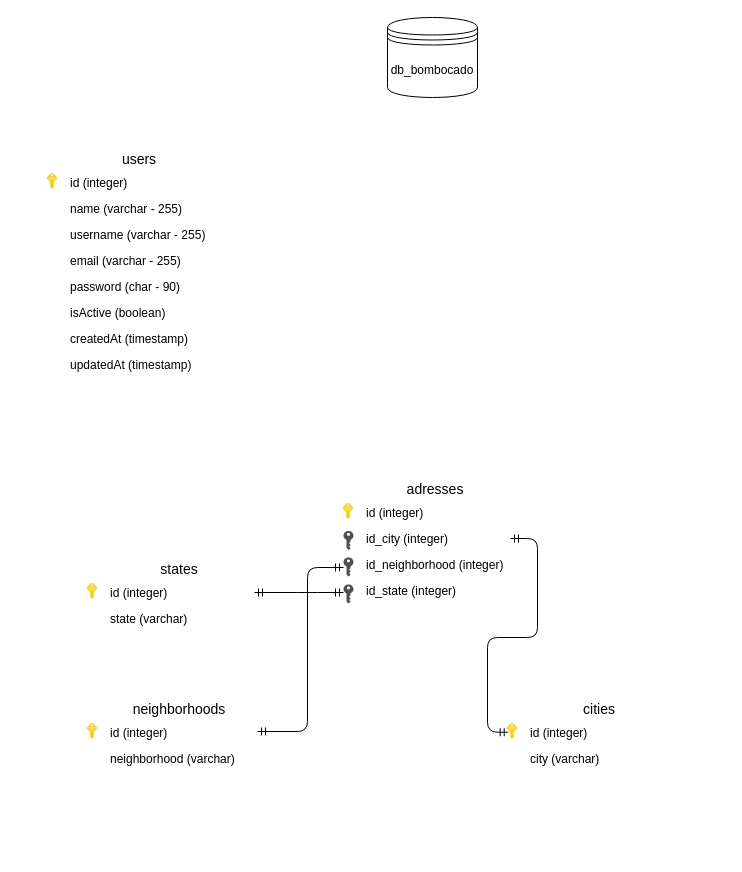
This is docs/Untitled Diagram.drawio from caioliveira277/backendApi, a draw.io file, before an edit. Source tidied: cells renumbered, new cells numbered last; positions are measured from the earlier drawing's top-left corner, leaving out a move shared by most shapes. Both pictures are drawn from the tidied source at 100%, with x=0, y=0 at pixel (47, 17).
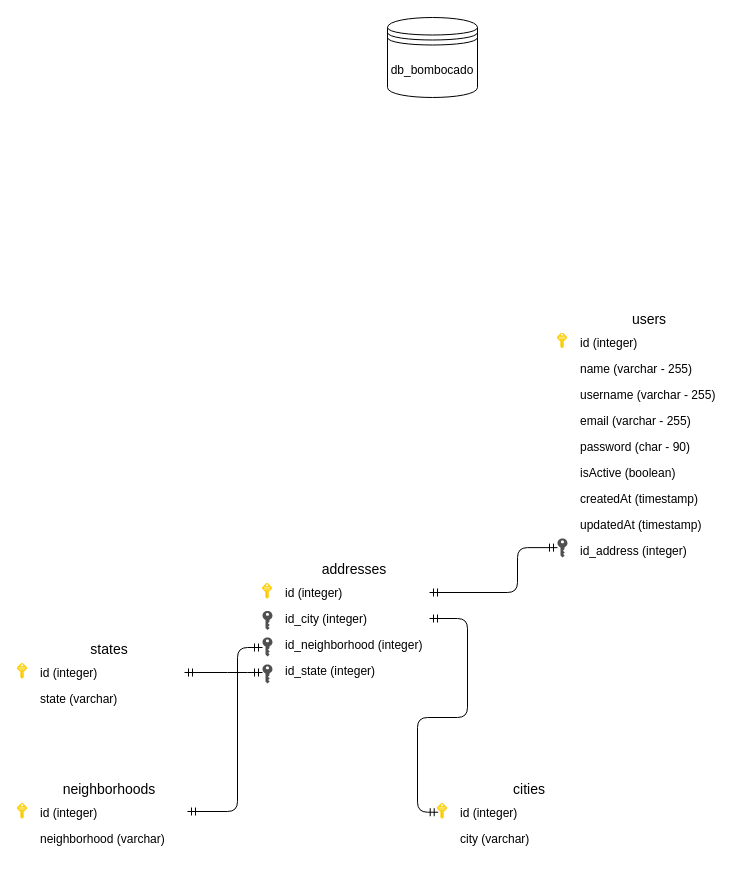
Above is the later version.

The change refers to these unchanged cells:
```xml
<mxCell id="22" value="id (integer)&#10; " style="text;spacingLeft=4;spacingRight=4;overflow=hidden;points=[[0,0.5],[1,0.5]];portConstraint=eastwest;fontSize=12;rounded=1;glass=0;shadow=0;comic=0;strokeColor=#FFFFFF;" parent="21" vertex="1">
  <mxGeometry y="22" width="150" height="26" as="geometry" />
</mxCell>
<mxCell id="26" value="id (integer)&#10; " style="text;spacingLeft=4;spacingRight=4;overflow=hidden;points=[[0,0.5],[1,0.5]];portConstraint=eastwest;fontSize=12;rounded=1;glass=0;shadow=0;comic=0;strokeColor=#FFFFFF;" parent="25" vertex="1">
  <mxGeometry y="22" width="150" height="26" as="geometry" />
</mxCell>
<mxCell id="27" value="id_city (integer)&#10;" style="text;spacingLeft=4;spacingRight=4;overflow=hidden;points=[[0,0.5],[1,0.5]];portConstraint=eastwest;fontSize=12;rounded=1;glass=0;shadow=0;comic=0;strokeColor=#FFFFFF;" parent="25" vertex="1">
  <mxGeometry y="48" width="150" height="26" as="geometry" />
</mxCell>
```

Diff of the diagram source:
```diff
@@
     <mxCell id="3" value="users" style="swimlane;fontStyle=0;horizontal=1;startSize=22;swimlaneFillColor=none;align=center;fontSize=14;rounded=0;shadow=0;glass=0;comic=0;labelBackgroundColor=none;strokeColor=#FFFFFF;" parent="1" vertex="1">
-      <mxGeometry x="17" y="130" width="150" height="230" as="geometry" />
+      <mxGeometry x="527" y="289.5" width="150" height="256" as="geometry" />
     </mxCell>
@@
+    <mxCell id="37" value="id_address (integer)&#10; " style="text;spacingLeft=4;spacingRight=4;overflow=hidden;fontSize=12;rounded=1;glass=0;shadow=0;comic=0;strokeColor=#FFFFFF;" parent="3" vertex="1">
+      <mxGeometry y="230" width="150" height="26" as="geometry" />
+    </mxCell>
     <mxCell id="12" style="html=1;align=center;image;fontSize=12;image=img/lib/mscae/Key.svg;rounded=0;shadow=0;glass=0;comic=0;labelBackgroundColor=none;strokeColor=#FFFFFF;fillColor=none;gradientColor=none;" parent="1" vertex="1">
-      <mxGeometry y="156" width="10" height="16" as="geometry" />
+      <mxGeometry x="510" y="315.5" width="10" height="16" as="geometry" />
     </mxCell>
     <mxCell id="13" value="cities" style="swimlane;fontStyle=0;horizontal=1;startSize=22;swimlaneFillColor=none;align=center;fontSize=14;rounded=0;shadow=0;glass=0;comic=0;labelBackgroundColor=none;strokeColor=#FFFFFF;" parent="1" vertex="1">
-      <mxGeometry x="477" y="680" width="150" height="74" as="geometry" />
+      <mxGeometry x="407" y="760" width="150" height="74" as="geometry" />
     </mxCell>
@@
     <mxCell id="16" style="html=1;points=[];align=center;image;fontSize=12;image=img/lib/mscae/Key.svg;rounded=0;shadow=0;glass=0;comic=0;labelBackgroundColor=none;strokeColor=#FFFFFF;fillColor=none;gradientColor=none;" parent="1" vertex="1">
-      <mxGeometry x="460" y="706" width="10" height="16" as="geometry" />
+      <mxGeometry x="390" y="786" width="10" height="16" as="geometry" />
     </mxCell>
     <mxCell id="17" value="neighborhoods" style="swimlane;fontStyle=0;horizontal=1;startSize=22;swimlaneFillColor=none;align=center;fontSize=14;rounded=0;shadow=0;glass=0;comic=0;labelBackgroundColor=none;strokeColor=#FFFFFF;" parent="1" vertex="1">
-      <mxGeometry x="57" y="680" width="150" height="74" as="geometry" />
+      <mxGeometry x="-13" y="760" width="150" height="74" as="geometry" />
     </mxCell>
@@
     <mxCell id="20" style="html=1;align=center;image;fontSize=12;image=img/lib/mscae/Key.svg;rounded=0;shadow=0;glass=0;comic=0;labelBackgroundColor=none;strokeColor=#FFFFFF;fillColor=none;gradientColor=none;" parent="1" vertex="1">
-      <mxGeometry x="40" y="706" width="10" height="16" as="geometry" />
+      <mxGeometry x="-30" y="786" width="10" height="16" as="geometry" />
     </mxCell>
     <mxCell id="21" value="states" style="swimlane;fontStyle=0;horizontal=1;startSize=22;swimlaneFillColor=none;align=center;fontSize=14;rounded=0;shadow=0;glass=0;comic=0;labelBackgroundColor=none;strokeColor=#FFFFFF;" parent="1" vertex="1">
-      <mxGeometry x="57" y="540" width="150" height="74" as="geometry" />
+      <mxGeometry x="-13" y="620" width="150" height="74" as="geometry" />
     </mxCell>
@@
     <mxCell id="24" style="html=1;align=center;image;fontSize=12;image=img/lib/mscae/Key.svg;rounded=0;shadow=0;glass=0;comic=0;labelBackgroundColor=none;strokeColor=#FFFFFF;fillColor=none;gradientColor=none;" parent="1" vertex="1">
-      <mxGeometry x="40" y="566" width="10" height="16" as="geometry" />
+      <mxGeometry x="-30" y="646" width="10" height="16" as="geometry" />
     </mxCell>
-    <mxCell id="25" value="adresses" style="swimlane;fontStyle=0;horizontal=1;startSize=22;swimlaneFillColor=none;align=center;fontSize=14;rounded=0;shadow=0;glass=0;comic=0;labelBackgroundColor=none;strokeColor=#FFFFFF;" parent="1" vertex="1">
-      <mxGeometry x="313" y="460" width="150" height="126" as="geometry" />
+    <mxCell id="25" value="addresses" style="swimlane;fontStyle=0;horizontal=1;startSize=22;swimlaneFillColor=none;align=center;fontSize=14;rounded=0;shadow=0;glass=0;comic=0;labelBackgroundColor=none;strokeColor=#FFFFFF;" parent="1" vertex="1">
+      <mxGeometry x="232" y="540" width="150" height="126" as="geometry" />
     </mxCell>
@@
     <mxCell id="30" style="html=1;align=center;image;fontSize=12;image=img/lib/mscae/Key.svg;rounded=0;shadow=0;glass=0;comic=0;labelBackgroundColor=none;strokeColor=#FFFFFF;fillColor=none;gradientColor=none;" parent="1" vertex="1">
-      <mxGeometry x="296" y="486" width="10" height="16" as="geometry" />
+      <mxGeometry x="215" y="566" width="10" height="16" as="geometry" />
     </mxCell>
     <mxCell id="31" style="shadow=0;dashed=0;html=1;strokeColor=none;fillColor=#505050;labelPosition=center;verticalLabelPosition=bottom;verticalAlign=top;align=center;shape=mxgraph.office.security.key_permissions;rounded=0;glass=0;comic=0;labelBackgroundColor=none;fontColor=#000000;" parent="1" vertex="1">
-      <mxGeometry x="296" y="513.5" width="10" height="19" as="geometry" />
+      <mxGeometry x="215" y="593.5" width="10" height="19" as="geometry" />
     </mxCell>
     <mxCell id="32" style="shadow=0;dashed=0;html=1;strokeColor=none;fillColor=#505050;labelPosition=center;verticalLabelPosition=bottom;verticalAlign=top;outlineConnect=0;align=center;shape=mxgraph.office.security.key_permissions;rounded=0;glass=0;comic=0;labelBackgroundColor=none;fontColor=#000000;" parent="1" vertex="1">
-      <mxGeometry x="296" y="540" width="10" height="19" as="geometry" />
+      <mxGeometry x="215" y="620" width="10" height="19" as="geometry" />
     </mxCell>
     <mxCell id="33" style="shadow=0;dashed=0;html=1;strokeColor=none;fillColor=#505050;labelPosition=center;verticalLabelPosition=bottom;verticalAlign=top;outlineConnect=0;align=center;shape=mxgraph.office.security.key_permissions;rounded=0;glass=0;comic=0;labelBackgroundColor=none;fontColor=#000000;" parent="1" vertex="1">
-      <mxGeometry x="296" y="567" width="10" height="19" as="geometry" />
+      <mxGeometry x="215" y="647" width="10" height="19" as="geometry" />
     </mxCell>
     <mxCell id="34" style="fontSize=12;html=1;endArrow=ERmandOne;startArrow=ERmandOne;edgeStyle=orthogonalEdgeStyle;entryX=1;entryY=0.5;entryDx=0;entryDy=0;exitX=0.071;exitY=0.545;exitDx=0;exitDy=0;exitPerimeter=0;" parent="1" edge="1" source="16" target="27">
       <mxGeometry relative="1" as="geometry">
         <Array as="points">
-          <mxPoint x="440" y="715" />
-          <mxPoint x="440" y="620" />
-          <mxPoint x="490" y="620" />
-          <mxPoint x="490" y="521" />
+          <mxPoint x="370" y="795" />
+          <mxPoint x="370" y="700" />
+          <mxPoint x="420" y="700" />
+          <mxPoint x="420" y="601" />
         </Array>
       </mxGeometry>
     </mxCell>
     <mxCell id="35" style="fontSize=12;html=1;endArrow=ERmandOne;startArrow=ERmandOne;edgeStyle=orthogonalEdgeStyle;" parent="1" edge="1" target="32">
       <mxGeometry relative="1" as="geometry">
-        <mxPoint x="210" y="714" as="sourcePoint" />
+        <mxPoint x="140" y="794" as="sourcePoint" />
         <Array as="points">
-          <mxPoint x="260" y="714" />
-          <mxPoint x="260" y="550" />
+          <mxPoint x="190" y="794" />
+          <mxPoint x="190" y="630" />
         </Array>
       </mxGeometry>
     </mxCell>
     <mxCell id="36" style="fontSize=12;html=1;endArrow=ERmandOne;startArrow=ERmandOne;edgeStyle=orthogonalEdgeStyle;exitX=1;exitY=0.5;exitDx=0;exitDy=0;" parent="1" edge="1" source="22" target="33">
       <mxGeometry relative="1" as="geometry">
         <Array as="points">
-          <mxPoint x="260" y="575" />
-          <mxPoint x="260" y="575" />
+          <mxPoint x="190" y="655" />
+          <mxPoint x="190" y="655" />
         </Array>
       </mxGeometry>
     </mxCell>
+    <mxCell id="38" style="shadow=0;dashed=0;html=1;strokeColor=none;fillColor=#505050;labelPosition=center;verticalLabelPosition=bottom;verticalAlign=top;outlineConnect=0;align=center;shape=mxgraph.office.security.key_permissions;rounded=0;glass=0;comic=0;labelBackgroundColor=none;fontColor=#000000;" parent="1" vertex="1">
+      <mxGeometry x="510" y="521" width="10" height="19" as="geometry" />
+    </mxCell>
+    <mxCell id="39" style="fontSize=12;html=1;endArrow=ERmandOne;startArrow=ERmandOne;edgeStyle=orthogonalEdgeStyle;entryX=0;entryY=0.481;entryDx=0;entryDy=0;exitX=1;exitY=0.5;exitDx=0;exitDy=0;entryPerimeter=0;" parent="1" edge="1" source="26" target="38">
+      <mxGeometry relative="1" as="geometry">
+        <Array as="points">
+          <mxPoint x="470" y="575" />
+          <mxPoint x="470" y="530" />
+        </Array>
+      </mxGeometry>
+    </mxCell>
```
